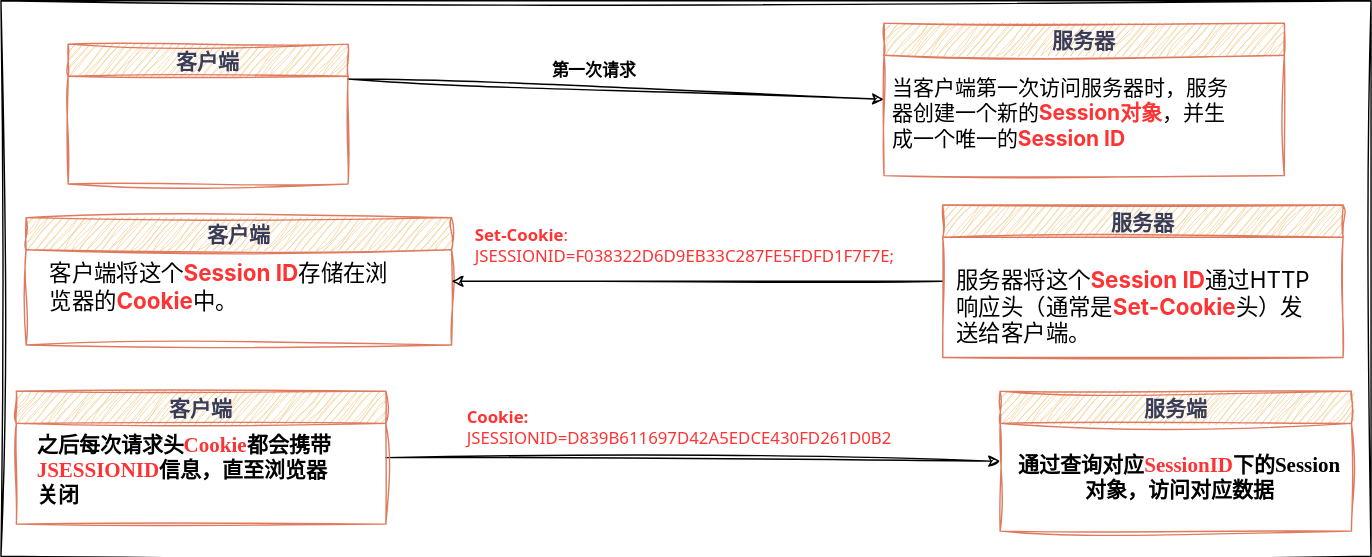
The draw.io diagram diagrams/java_serve/web_application/session_cookie/session原理图解.svg in luguosong/images, before a commit. Source tidied: cells renumbered, new cells last; positions are measured from the earlier drawing's top-left corner, leaving out a move shared by most shapes.
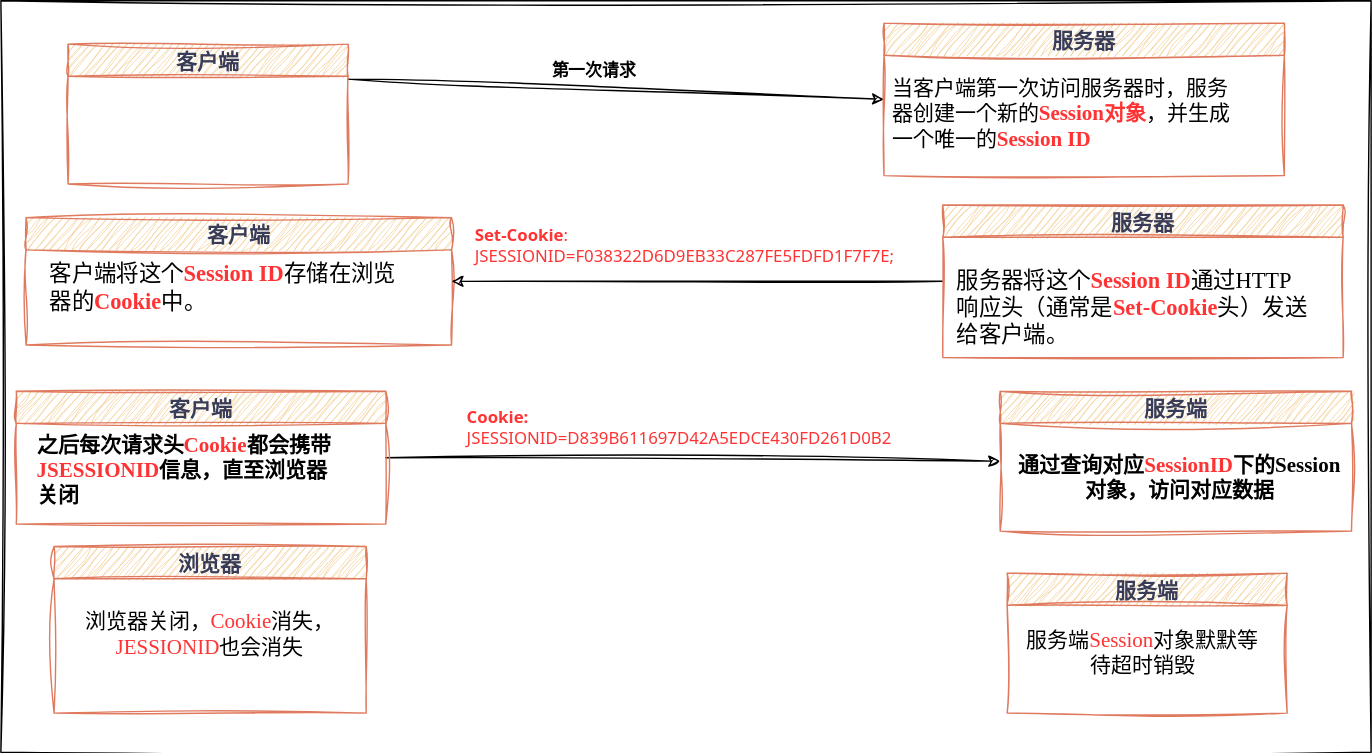
After the change.

Commit message:
更新session原理图解.svg

Diff of the diagram source:
```diff
@@ -3,7 +3,7 @@
     <mxCell id="0" />
     <mxCell id="1" parent="0" />
     <mxCell id="2" style="rounded=0;whiteSpace=wrap;html=1;sketch=1;hachureGap=4;jiggle=2;curveFitting=1;fontFamily=LXGW WenKai;labelBackgroundColor=default;fontColor=#000000;" parent="1" vertex="1">
-      <mxGeometry width="979" height="397" as="geometry" />
+      <mxGeometry width="979" height="537" as="geometry" />
     </mxCell>
     <mxCell id="3" style="edgeStyle=none;rounded=0;sketch=1;hachureGap=4;jiggle=2;curveFitting=1;jettySize=auto;html=1;exitX=1;exitY=0.25;exitDx=0;exitDy=0;entryX=0;entryY=0.5;entryDx=0;entryDy=0;fontFamily=LXGW WenKai;fontSource=https%3A%2F%2Ffonts.googleapis.com%2Fcss%3Ffamily%3DArchitects%2BDaughter;fontSize=12;fontColor=default;fontStyle=1;" parent="1" edge="1" source="4" target="5">
       <mxGeometry relative="1" as="geometry" />
@@ -14,13 +14,13 @@
     <mxCell id="5" value="服务器" style="swimlane;whiteSpace=wrap;html=1;sketch=1;hachureGap=4;jiggle=2;curveFitting=1;fontFamily=LXGW WenKai;fontSize=15;strokeColor=#E07A5F;align=center;verticalAlign=middle;fontColor=#393C56;fontStyle=1;fillColor=#F2CC8F;fontSource=https%3A%2F%2Ffonts.googleapis.com%2Fcss%3Ffamily%3DArchitects%2BDaughter;labelBackgroundColor=none;startSize=23;" parent="1" vertex="1">
       <mxGeometry x="631" y="16" width="286" height="109" as="geometry" />
     </mxCell>
-    <mxCell id="6" value="&lt;span style=&quot;font-family: ui-sans-serif, -apple-system, system-ui, &amp;quot;Segoe UI&amp;quot;, Roboto, Ubuntu, Cantarell, &amp;quot;Noto Sans&amp;quot;, sans-serif, Helvetica, &amp;quot;Apple Color Emoji&amp;quot;, Arial, &amp;quot;Segoe UI Emoji&amp;quot;, &amp;quot;Segoe UI Symbol&amp;quot;; font-size: 15px; white-space-collapse: preserve;&quot;&gt;&lt;span style=&quot;font-weight: 400;&quot;&gt;当客户端第一次访问服务器时，服务器创建一个新的&lt;/span&gt;&lt;font style=&quot;&quot; color=&quot;#ff3333&quot;&gt;Session对象&lt;/font&gt;&lt;span style=&quot;font-weight: 400;&quot;&gt;，并生成一个唯一的&lt;/span&gt;&lt;font style=&quot;&quot; color=&quot;#ff3333&quot;&gt;Session ID&lt;/font&gt;&lt;/span&gt;" style="text;html=1;align=left;verticalAlign=middle;whiteSpace=wrap;rounded=0;fontFamily=LXGW WenKai;fontSize=15;fontColor=#000000;fontStyle=1;labelBackgroundColor=default;" parent="5" vertex="1">
+    <mxCell id="6" value="&lt;span style=&quot;font-size: 15px; white-space-collapse: preserve;&quot;&gt;&lt;span style=&quot;font-weight: 400;&quot;&gt;当客户端第一次访问服务器时，服务器创建一个新的&lt;/span&gt;&lt;font color=&quot;#ff3333&quot; style=&quot;&quot;&gt;Session对象&lt;/font&gt;&lt;span style=&quot;font-weight: 400;&quot;&gt;，并生成一个唯一的&lt;/span&gt;&lt;font color=&quot;#ff3333&quot; style=&quot;&quot;&gt;Session ID&lt;/font&gt;&lt;/span&gt;" style="text;html=1;align=left;verticalAlign=middle;whiteSpace=wrap;rounded=0;fontFamily=LXGW WenKai;fontSize=15;fontColor=#000000;fontStyle=1;labelBackgroundColor=default;" parent="5" vertex="1">
       <mxGeometry x="4" y="37" width="255" height="54" as="geometry" />
     </mxCell>
     <mxCell id="7" value="客户端" style="swimlane;whiteSpace=wrap;html=1;sketch=1;hachureGap=4;jiggle=2;curveFitting=1;fontFamily=LXGW WenKai;fontSize=15;strokeColor=#E07A5F;align=center;verticalAlign=middle;fontColor=#393C56;fontStyle=1;fillColor=#F2CC8F;fontSource=https%3A%2F%2Ffonts.googleapis.com%2Fcss%3Ffamily%3DArchitects%2BDaughter;labelBackgroundColor=none;" parent="1" vertex="1">
       <mxGeometry x="18" y="155" width="304" height="91" as="geometry" />
     </mxCell>
-    <mxCell id="8" value="&lt;span style=&quot;font-family: ui-sans-serif, -apple-system, system-ui, &amp;quot;Segoe UI&amp;quot;, Roboto, Ubuntu, Cantarell, &amp;quot;Noto Sans&amp;quot;, sans-serif, Helvetica, &amp;quot;Apple Color Emoji&amp;quot;, Arial, &amp;quot;Segoe UI Emoji&amp;quot;, &amp;quot;Segoe UI Symbol&amp;quot;; font-size: 16px; white-space-collapse: preserve; font-weight: 400;&quot;&gt;客户端将这个&lt;/span&gt;&lt;font color=&quot;#ff3333&quot; style=&quot;font-family: ui-sans-serif, -apple-system, system-ui, &amp;quot;Segoe UI&amp;quot;, Roboto, Ubuntu, Cantarell, &amp;quot;Noto Sans&amp;quot;, sans-serif, Helvetica, &amp;quot;Apple Color Emoji&amp;quot;, Arial, &amp;quot;Segoe UI Emoji&amp;quot;, &amp;quot;Segoe UI Symbol&amp;quot;; font-size: 16px; white-space-collapse: preserve;&quot;&gt;Session ID&lt;/font&gt;&lt;span style=&quot;font-family: ui-sans-serif, -apple-system, system-ui, &amp;quot;Segoe UI&amp;quot;, Roboto, Ubuntu, Cantarell, &amp;quot;Noto Sans&amp;quot;, sans-serif, Helvetica, &amp;quot;Apple Color Emoji&amp;quot;, Arial, &amp;quot;Segoe UI Emoji&amp;quot;, &amp;quot;Segoe UI Symbol&amp;quot;; font-size: 16px; white-space-collapse: preserve; font-weight: 400;&quot;&gt;存储在浏览器的&lt;/span&gt;&lt;font color=&quot;#ff3333&quot; style=&quot;font-family: ui-sans-serif, -apple-system, system-ui, &amp;quot;Segoe UI&amp;quot;, Roboto, Ubuntu, Cantarell, &amp;quot;Noto Sans&amp;quot;, sans-serif, Helvetica, &amp;quot;Apple Color Emoji&amp;quot;, Arial, &amp;quot;Segoe UI Emoji&amp;quot;, &amp;quot;Segoe UI Symbol&amp;quot;; font-size: 16px; white-space-collapse: preserve;&quot;&gt;Cookie&lt;/font&gt;&lt;span style=&quot;font-family: ui-sans-serif, -apple-system, system-ui, &amp;quot;Segoe UI&amp;quot;, Roboto, Ubuntu, Cantarell, &amp;quot;Noto Sans&amp;quot;, sans-serif, Helvetica, &amp;quot;Apple Color Emoji&amp;quot;, Arial, &amp;quot;Segoe UI Emoji&amp;quot;, &amp;quot;Segoe UI Symbol&amp;quot;; font-size: 16px; white-space-collapse: preserve; font-weight: 400;&quot;&gt;中。&lt;/span&gt;" style="text;html=1;align=left;verticalAlign=middle;whiteSpace=wrap;rounded=0;fontFamily=LXGW WenKai;fontSize=12;fontColor=default;fontStyle=1;" parent="7" vertex="1">
+    <mxCell id="8" value="&lt;span style=&quot;font-size: 16px; white-space-collapse: preserve; font-weight: 400;&quot;&gt;客户端将这个&lt;/span&gt;&lt;font style=&quot;font-size: 16px; white-space-collapse: preserve;&quot; color=&quot;#ff3333&quot;&gt;Session ID&lt;/font&gt;&lt;span style=&quot;font-size: 16px; white-space-collapse: preserve; font-weight: 400;&quot;&gt;存储在浏览器的&lt;/span&gt;&lt;font style=&quot;font-size: 16px; white-space-collapse: preserve;&quot; color=&quot;#ff3333&quot;&gt;Cookie&lt;/font&gt;&lt;span style=&quot;font-size: 16px; white-space-collapse: preserve; font-weight: 400;&quot;&gt;中。&lt;/span&gt;" style="text;html=1;align=left;verticalAlign=middle;whiteSpace=wrap;rounded=0;fontFamily=LXGW WenKai;fontSize=12;fontColor=default;fontStyle=1;" parent="7" vertex="1">
       <mxGeometry x="15" y="35" width="259" height="30" as="geometry" />
     </mxCell>
     <mxCell id="9" style="edgeStyle=none;rounded=0;sketch=1;hachureGap=4;jiggle=2;curveFitting=1;jettySize=auto;html=1;exitX=0;exitY=0.5;exitDx=0;exitDy=0;entryX=1;entryY=0.5;entryDx=0;entryDy=0;fontFamily=LXGW WenKai;fontSource=https%3A%2F%2Ffonts.googleapis.com%2Fcss%3Ffamily%3DArchitects%2BDaughter;fontSize=12;fontColor=default;fontStyle=1;" parent="1" edge="1" source="11" target="7">
@@ -34,7 +34,7 @@
     <mxCell id="11" value="服务器" style="swimlane;whiteSpace=wrap;html=1;sketch=1;hachureGap=4;jiggle=2;curveFitting=1;fontFamily=LXGW WenKai;fontSize=15;strokeColor=#E07A5F;align=center;verticalAlign=middle;fontColor=#393C56;fontStyle=1;fillColor=#F2CC8F;fontSource=https%3A%2F%2Ffonts.googleapis.com%2Fcss%3Ffamily%3DArchitects%2BDaughter;labelBackgroundColor=none;startSize=23;" parent="1" vertex="1">
       <mxGeometry x="673" y="146" width="286" height="109" as="geometry" />
     </mxCell>
-    <mxCell id="12" value="&lt;span style=&quot;font-family: ui-sans-serif, -apple-system, system-ui, &amp;quot;Segoe UI&amp;quot;, Roboto, Ubuntu, Cantarell, &amp;quot;Noto Sans&amp;quot;, sans-serif, Helvetica, &amp;quot;Apple Color Emoji&amp;quot;, Arial, &amp;quot;Segoe UI Emoji&amp;quot;, &amp;quot;Segoe UI Symbol&amp;quot;; font-size: 16px; white-space-collapse: preserve;&quot;&gt;&lt;span style=&quot;font-weight: 400;&quot;&gt;服务器将这个&lt;/span&gt;&lt;font style=&quot;&quot; color=&quot;#ff3333&quot;&gt;Session ID&lt;/font&gt;&lt;span style=&quot;font-weight: 400;&quot;&gt;通过HTTP响应头（通常是&lt;/span&gt;&lt;font color=&quot;#ff3333&quot;&gt;Set-Cookie&lt;/font&gt;&lt;span style=&quot;font-weight: 400;&quot;&gt;头）发送给客户端。&lt;/span&gt;&lt;/span&gt;" style="text;html=1;align=left;verticalAlign=middle;whiteSpace=wrap;rounded=0;fontFamily=LXGW WenKai;fontSize=12;fontColor=default;fontStyle=1;labelBackgroundColor=default;" parent="11" vertex="1">
+    <mxCell id="12" value="&lt;span style=&quot;font-size: 16px; white-space-collapse: preserve;&quot;&gt;&lt;span style=&quot;font-weight: 400;&quot;&gt;服务器将这个&lt;/span&gt;&lt;font color=&quot;#ff3333&quot; style=&quot;&quot;&gt;Session ID&lt;/font&gt;&lt;span style=&quot;font-weight: 400;&quot;&gt;通过HTTP响应头（通常是&lt;/span&gt;&lt;font color=&quot;#ff3333&quot;&gt;Set-Cookie&lt;/font&gt;&lt;span style=&quot;font-weight: 400;&quot;&gt;头）发送给客户端。&lt;/span&gt;&lt;/span&gt;" style="text;html=1;align=left;verticalAlign=middle;whiteSpace=wrap;rounded=0;fontFamily=LXGW WenKai;fontSize=12;fontColor=default;fontStyle=1;labelBackgroundColor=default;" parent="11" vertex="1">
       <mxGeometry x="8" y="45" width="256" height="55" as="geometry" />
     </mxCell>
     <mxCell id="13" value="&lt;span style=&quot;color: rgb(255, 51, 51); font-family: system-ui, sans-serif; text-transform: capitalize;&quot;&gt;Set-Cookie&lt;/span&gt;&lt;span style=&quot;color: rgb(255, 51, 51); font-family: system-ui, sans-serif; font-weight: 400; text-transform: capitalize;&quot;&gt;:&amp;nbsp;&lt;br&gt;&lt;/span&gt;&lt;span style=&quot;color: rgb(255, 51, 51); font-family: system-ui, sans-serif; font-weight: 400;&quot;&gt;JSESSIONID=F038322D6D9EB33C287FE5FDFD1F7F7E;&amp;nbsp;&lt;/span&gt;" style="text;html=1;align=left;verticalAlign=middle;whiteSpace=wrap;rounded=0;fontFamily=LXGW WenKai;fontSize=12;fontColor=default;fontStyle=1;" parent="1" vertex="1">
@@ -61,5 +61,17 @@
     <mxCell id="20" value="通过查询对应&lt;font color=&quot;#ff3333&quot;&gt;SessionID&lt;/font&gt;下的Session对象，访问对应数据" style="text;html=1;align=center;verticalAlign=middle;whiteSpace=wrap;rounded=0;fontFamily=LXGW WenKai;fontSize=15;fontColor=default;fontStyle=1;" parent="19" vertex="1">
       <mxGeometry x="12" y="39" width="233" height="43" as="geometry" />
     </mxCell>
+    <mxCell id="21" value="浏览器" style="swimlane;whiteSpace=wrap;html=1;sketch=1;hachureGap=4;jiggle=2;curveFitting=1;fontFamily=LXGW WenKai;fontSize=15;strokeColor=#E07A5F;align=center;verticalAlign=middle;fontColor=#393C56;fontStyle=1;fillColor=#F2CC8F;fontSource=https%3A%2F%2Ffonts.googleapis.com%2Fcss%3Ffamily%3DArchitects%2BDaughter;labelBackgroundColor=none;" parent="1" vertex="1">
+      <mxGeometry x="38" y="390" width="223" height="119" as="geometry" />
+    </mxCell>
+    <mxCell id="22" value="浏览器关闭，&lt;font color=&quot;#ff3333&quot;&gt;Cookie&lt;/font&gt;消失，&lt;font color=&quot;#ff3333&quot;&gt;JESSIONID&lt;/font&gt;也会消失" style="text;html=1;align=center;verticalAlign=middle;whiteSpace=wrap;rounded=0;fontFamily=LXGW WenKai;fontSize=15;" parent="21" vertex="1">
+      <mxGeometry x="4" y="47" width="215" height="30" as="geometry" />
+    </mxCell>
+    <mxCell id="23" value="服务端" style="swimlane;whiteSpace=wrap;html=1;sketch=1;hachureGap=4;jiggle=2;curveFitting=1;fontFamily=LXGW WenKai;fontSize=15;strokeColor=#E07A5F;align=center;verticalAlign=middle;fontColor=#393C56;fontStyle=1;fillColor=#F2CC8F;fontSource=https%3A%2F%2Ffonts.googleapis.com%2Fcss%3Ffamily%3DArchitects%2BDaughter;labelBackgroundColor=none;" parent="1" vertex="1">
+      <mxGeometry x="719" y="409" width="200" height="100" as="geometry" />
+    </mxCell>
+    <mxCell id="24" value="服务端&lt;font color=&quot;#ff3333&quot;&gt;Session&lt;/font&gt;对象默默等待超时销毁" style="text;html=1;align=center;verticalAlign=middle;whiteSpace=wrap;rounded=0;fontFamily=LXGW WenKai;fontSize=15;" parent="23" vertex="1">
+      <mxGeometry x="8" y="41" width="178" height="30" as="geometry" />
+    </mxCell>
   </root>
 </mxGraphModel>
```
